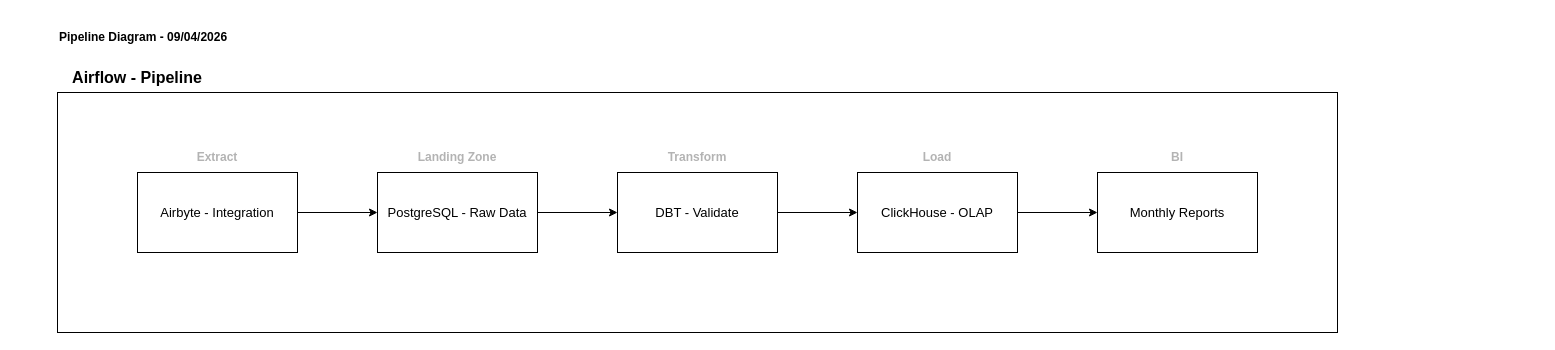
Earlier version of the draw.io diagram docs/pipline_diagram.drawio (vladimircuriel/sb-data-engineering-pipeline). Source tidied: cells renumbered, new cells numbered last; positions are measured from the earlier drawing's top-left corner, leaving out a move shared by most shapes. Both pictures are drawn from the tidied source at 100%, with x=0, y=0 at pixel (57, 22).
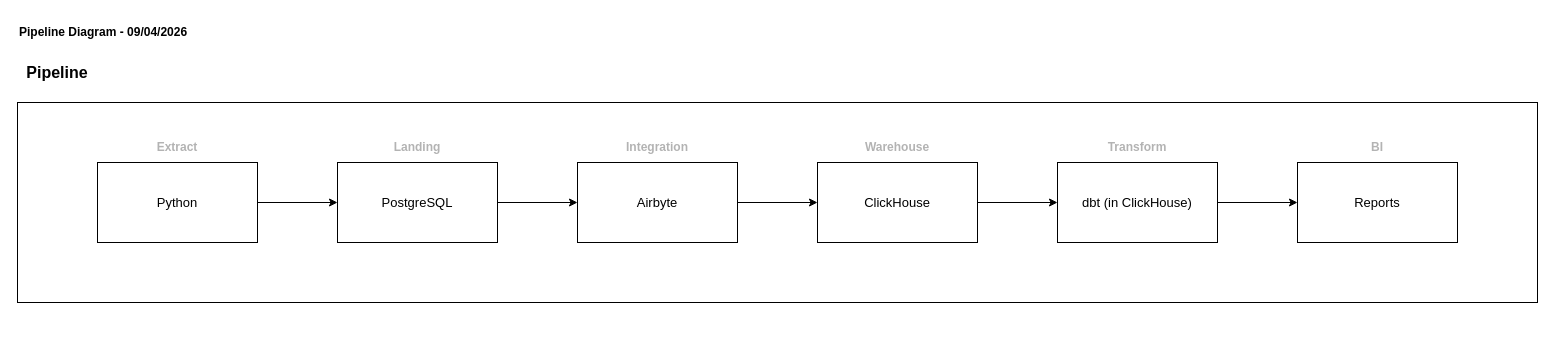
The same diagram, later.

Commit message:
fix: update pipline diagram

Change to the diagram source:
```diff
@@
     <mxCell id="2" style="rounded=0;whiteSpace=wrap;html=1;fontColor=default;fillColor=none;" parent="1" vertex="1">
-      <mxGeometry y="70" width="1280" height="240" as="geometry" />
+      <mxGeometry x="-40" y="80" width="1520" height="200" as="geometry" />
     </mxCell>
@@
-    <mxCell id="4" value="&lt;div&gt;Airbyte - Integration&lt;/div&gt;" style="rounded=0;whiteSpace=wrap;html=1;fontSize=13;" parent="1" vertex="1">
-      <mxGeometry x="80" y="150" width="160" height="80" as="geometry" />
+    <mxCell id="4" value="&lt;div&gt;Python&lt;/div&gt;" style="rounded=0;whiteSpace=wrap;html=1;fontSize=13;" parent="1" vertex="1">
+      <mxGeometry x="40" y="140" width="160" height="80" as="geometry" />
     </mxCell>
-    <mxCell id="5" style="edgeStyle=orthogonalEdgeStyle;rounded=0;jettySize=auto;html=1;" parent="1" edge="1" source="6" target="10">
-      <mxGeometry relative="1" as="geometry" />
-    </mxCell>
-    <mxCell id="6" value="PostgreSQL - Raw Data" style="rounded=0;whiteSpace=wrap;html=1;fontSize=13;" parent="1" vertex="1">
-      <mxGeometry x="320" y="150" width="160" height="80" as="geometry" />
+    <mxCell id="6" value="PostgreSQL" style="rounded=0;whiteSpace=wrap;html=1;fontSize=13;" parent="1" vertex="1">
+      <mxGeometry x="280" y="140" width="160" height="80" as="geometry" />
     </mxCell>
     <mxCell id="7" value="Extract" style="text;html=1;whiteSpace=wrap;strokeColor=none;fillColor=none;align=center;verticalAlign=middle;rounded=0;fontStyle=1;fontColor=#B3B3B3;" parent="1" vertex="1">
-      <mxGeometry x="130" y="120" width="60" height="30" as="geometry" />
+      <mxGeometry x="90" y="110" width="60" height="30" as="geometry" />
     </mxCell>
-    <mxCell id="8" value="Landing Zone" style="text;html=1;whiteSpace=wrap;strokeColor=none;fillColor=none;align=center;verticalAlign=middle;rounded=0;fontStyle=1;fontColor=#B3B3B3;" parent="1" vertex="1">
-      <mxGeometry x="352" y="120" width="96" height="30" as="geometry" />
+    <mxCell id="8" value="Landing" style="text;html=1;whiteSpace=wrap;strokeColor=none;fillColor=none;align=center;verticalAlign=middle;rounded=0;fontStyle=1;fontColor=#B3B3B3;" parent="1" vertex="1">
+      <mxGeometry x="312" y="110" width="96" height="30" as="geometry" />
     </mxCell>
@@
-    <mxCell id="10" value="DBT - Validate" style="rounded=0;whiteSpace=wrap;html=1;fontSize=13;" parent="1" vertex="1">
-      <mxGeometry x="560" y="150" width="160" height="80" as="geometry" />
+    <mxCell id="10" value="ClickHouse" style="rounded=0;whiteSpace=wrap;html=1;fontSize=13;" parent="1" vertex="1">
+      <mxGeometry x="760" y="140" width="160" height="80" as="geometry" />
     </mxCell>
-    <mxCell id="11" value="Transform" style="text;html=1;whiteSpace=wrap;strokeColor=none;fillColor=none;align=center;verticalAlign=middle;rounded=0;fontStyle=1;fontColor=#B3B3B3;" parent="1" vertex="1">
-      <mxGeometry x="592" y="120" width="96" height="30" as="geometry" />
+    <mxCell id="11" value="Warehouse" style="text;html=1;whiteSpace=wrap;strokeColor=none;fillColor=none;align=center;verticalAlign=middle;rounded=0;fontStyle=1;fontColor=#B3B3B3;" parent="1" vertex="1">
+      <mxGeometry x="792" y="110" width="96" height="30" as="geometry" />
     </mxCell>
@@
-    <mxCell id="13" value="ClickHouse - OLAP" style="rounded=0;whiteSpace=wrap;html=1;fontSize=13;" parent="1" vertex="1">
-      <mxGeometry x="800" y="150" width="160" height="80" as="geometry" />
+    <mxCell id="13" value="dbt (in ClickHouse)" style="rounded=0;whiteSpace=wrap;html=1;fontSize=13;" parent="1" vertex="1">
+      <mxGeometry x="1000" y="140" width="160" height="80" as="geometry" />
     </mxCell>
-    <mxCell id="14" value="Load" style="text;html=1;whiteSpace=wrap;strokeColor=none;fillColor=none;align=center;verticalAlign=middle;rounded=0;fontStyle=1;fontColor=#B3B3B3;" parent="1" vertex="1">
-      <mxGeometry x="832" y="120" width="96" height="30" as="geometry" />
+    <mxCell id="14" value="Transform" style="text;html=1;whiteSpace=wrap;strokeColor=none;fillColor=none;align=center;verticalAlign=middle;rounded=0;fontStyle=1;fontColor=#B3B3B3;" parent="1" vertex="1">
+      <mxGeometry x="1032" y="110" width="96" height="30" as="geometry" />
     </mxCell>
-    <mxCell id="15" value="Airflow - Pipeline" style="text;html=1;whiteSpace=wrap;strokeColor=none;fillColor=none;align=center;verticalAlign=middle;rounded=0;fontStyle=1;fontColor=#000000;fontSize=16;" parent="1" vertex="1">
-      <mxGeometry y="40" width="160" height="30" as="geometry" />
+    <mxCell id="15" value="Pipeline" style="text;html=1;whiteSpace=wrap;strokeColor=none;fillColor=none;align=center;verticalAlign=middle;rounded=0;fontStyle=1;fontColor=#000000;fontSize=16;" parent="1" vertex="1">
+      <mxGeometry x="-40" y="35" width="80" height="30" as="geometry" />
     </mxCell>
-    <mxCell id="16" value="Monthly Reports" style="rounded=0;whiteSpace=wrap;html=1;fontSize=13;" parent="1" vertex="1">
-      <mxGeometry x="1040" y="150" width="160" height="80" as="geometry" />
+    <mxCell id="16" value="Reports" style="rounded=0;whiteSpace=wrap;html=1;fontSize=13;" parent="1" vertex="1">
+      <mxGeometry x="1240" y="140" width="160" height="80" as="geometry" />
     </mxCell>
     <mxCell id="17" value="BI" style="text;html=1;whiteSpace=wrap;strokeColor=none;fillColor=none;align=center;verticalAlign=middle;rounded=0;fontStyle=1;fontColor=#B3B3B3;" parent="1" vertex="1">
-      <mxGeometry x="1072" y="120" width="96" height="30" as="geometry" />
+      <mxGeometry x="1272" y="110" width="96" height="30" as="geometry" />
     </mxCell>
     <mxCell id="18" value="Pipeline Diagram - 09/04/2026" style="text;html=1;whiteSpace=wrap;strokeColor=none;fillColor=none;align=left;verticalAlign=middle;rounded=0;fontStyle=1;" parent="1" vertex="1">
-      <mxGeometry width="230" height="30" as="geometry" />
+      <mxGeometry x="-40" y="-5" width="230" height="30" as="geometry" />
     </mxCell>
+    <mxCell id="19" value="Airbyte" style="rounded=0;whiteSpace=wrap;html=1;fontSize=13;" parent="1" vertex="1">
+      <mxGeometry x="520" y="140" width="160" height="80" as="geometry" />
+    </mxCell>
+    <mxCell id="20" value=" " style="edgeStyle=orthogonalEdgeStyle;rounded=0;jettySize=auto;html=1;" parent="1" edge="1" source="6" target="19">
+      <mxGeometry relative="1" as="geometry" />
+    </mxCell>
+    <mxCell id="21" value=" " style="edgeStyle=orthogonalEdgeStyle;rounded=0;jettySize=auto;html=1;" parent="1" edge="1" source="19" target="10">
+      <mxGeometry relative="1" as="geometry" />
+    </mxCell>
+    <mxCell id="22" value="Integration" style="text;html=1;whiteSpace=wrap;strokeColor=none;fillColor=none;align=center;verticalAlign=middle;rounded=0;fontStyle=1;fontColor=#B3B3B3;" parent="1" vertex="1">
+      <mxGeometry x="552" y="110" width="96" height="30" as="geometry" />
+    </mxCell>
```
